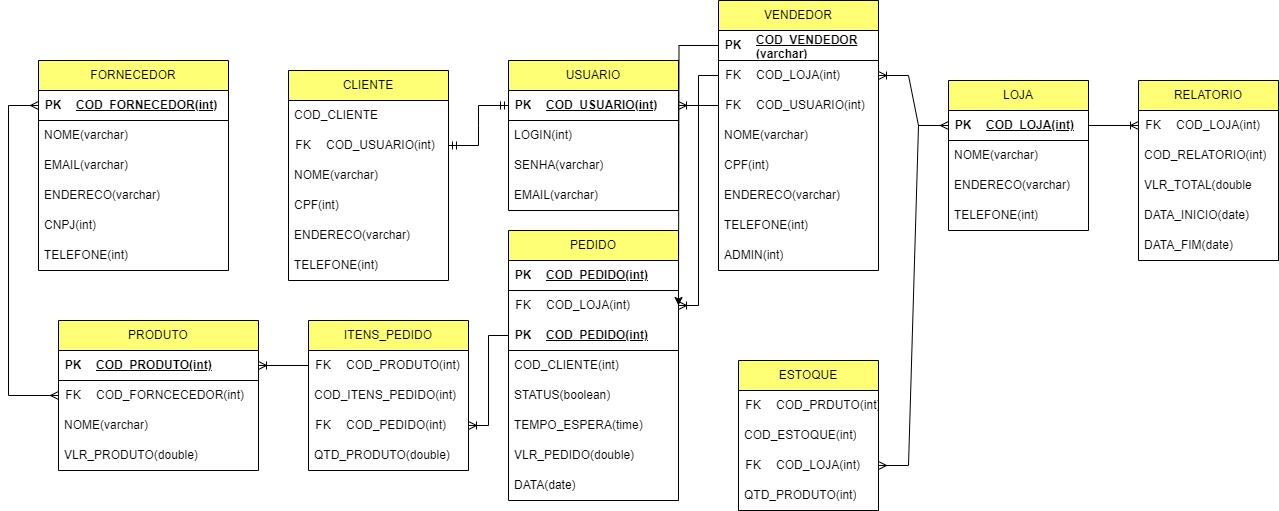
Before: ProjetoLógicoZéDelivery/zedelivery.drawio.png, a diagram exported from draw.io (NicolasKevin2/BD). Source tidied: cells renumbered, new cells last; positions are measured from the earlier drawing's top-left corner, leaving out a move shared by most shapes.
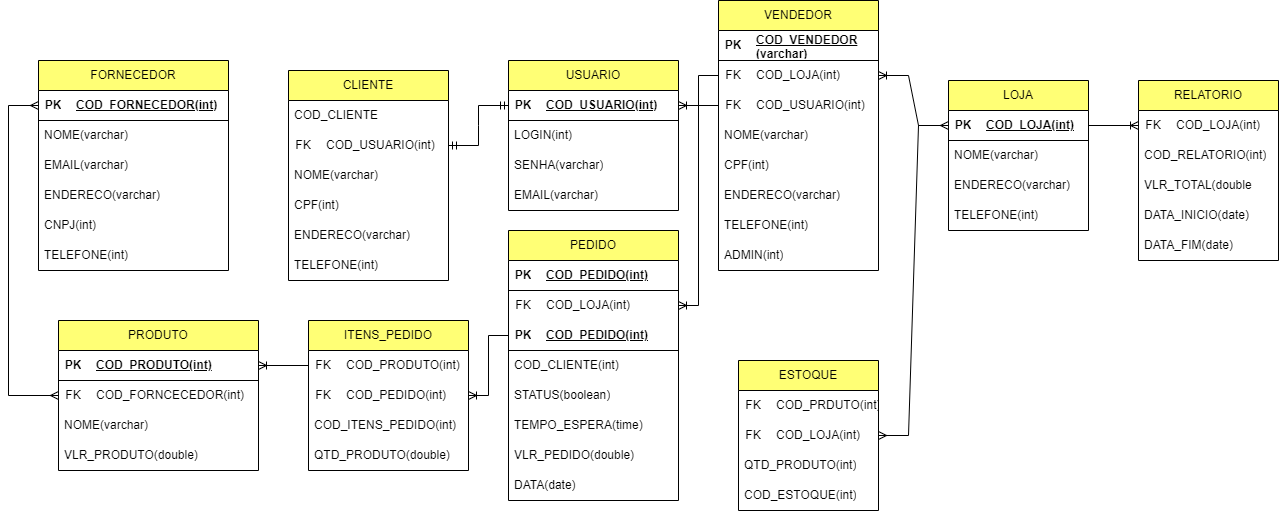
After the commit.

What changed in the source:
```diff
@@ -147,7 +147,7 @@
       <mxGeometry x="30" width="140" height="30" as="geometry" />
     </mxCell>
     <mxCell id="50" style="shape=table;startSize=0;rowLines=0;fontStyle=0;align=center;strokeColor=none;fillColor=none;" parent="45" vertex="1">
-      <mxGeometry y="60" width="170" height="30" as="geometry" />
+      <mxGeometry y="60" width="170" height="60" as="geometry" />
     </mxCell>
     <mxCell id="51" style="shape=tableRow;horizontal=0;startSize=0;swimlaneHead=0;swimlaneBody=0;fillColor=none;points=[[0,0.5],[1,0.5]];portConstraint=eastwest;top=0;left=0;right=0;bottom=0;" parent="50" vertex="1">
       <mxGeometry width="170" height="30" as="geometry" />
@@ -158,11 +158,8 @@
     <mxCell id="53" value="COD_LOJA(int)" style="shape=partialRectangle;fillColor=none;top=0;left=0;bottom=0;right=0;align=left;spacingLeft=6;fontStyle=0;overflow=hidden;whiteSpace=wrap;html=1;" parent="51" vertex="1">
       <mxGeometry x="30" width="140" height="30" as="geometry" />
     </mxCell>
-    <mxCell id="54" style="shape=table;startSize=0;rowLines=0;fontStyle=0;align=center;strokeColor=none;fillColor=none;" parent="45" vertex="1">
-      <mxGeometry y="90" width="170" height="30" as="geometry" />
-    </mxCell>
-    <mxCell id="55" style="shape=tableRow;horizontal=0;startSize=0;swimlaneHead=0;swimlaneBody=0;fillColor=none;points=[[0,0.5],[1,0.5]];portConstraint=eastwest;top=0;left=0;right=0;bottom=1;" parent="54" vertex="1">
-      <mxGeometry width="170" height="30" as="geometry" />
+    <mxCell id="55" style="shape=tableRow;horizontal=0;startSize=0;swimlaneHead=0;swimlaneBody=0;fillColor=none;points=[[0,0.5],[1,0.5]];portConstraint=eastwest;top=0;left=0;right=0;bottom=1;" parent="50" vertex="1">
+      <mxGeometry y="30" width="170" height="30" as="geometry" />
     </mxCell>
     <mxCell id="56" value="PK" style="shape=partialRectangle;fillColor=none;top=0;left=0;bottom=0;right=0;fontStyle=1;overflow=hidden;whiteSpace=wrap;html=1;" parent="55" vertex="1">
       <mxGeometry width="30" height="30" as="geometry" />
@@ -200,11 +197,8 @@
     <mxCell id="67" value="COD_PRODUTO(int)" style="shape=partialRectangle;fillColor=none;top=0;left=0;bottom=0;right=0;align=left;spacingLeft=6;fontStyle=0;overflow=hidden;whiteSpace=wrap;html=1;" parent="65" vertex="1">
       <mxGeometry x="30" width="130" height="30" as="geometry" />
     </mxCell>
-    <mxCell id="68" value="COD_ITENS_PEDIDO(int)" style="text;strokeColor=none;fillColor=none;align=left;verticalAlign=middle;spacingLeft=4;spacingRight=4;overflow=hidden;whiteSpace=wrap;html=1;" parent="63" vertex="1">
-      <mxGeometry y="60" width="160" height="30" as="geometry" />
-    </mxCell>
     <mxCell id="69" style="shape=table;startSize=0;rowLines=0;fontStyle=0;align=center;strokeColor=none;fillColor=none;" parent="63" vertex="1">
-      <mxGeometry y="90" width="160" height="30" as="geometry" />
+      <mxGeometry y="60" width="160" height="30" as="geometry" />
     </mxCell>
     <mxCell id="70" style="shape=tableRow;horizontal=0;startSize=0;swimlaneHead=0;swimlaneBody=0;fillColor=none;points=[[0,0.5],[1,0.5]];portConstraint=eastwest;top=0;left=0;right=0;bottom=0;" parent="69" vertex="1">
       <mxGeometry width="160" height="30" as="geometry" />
@@ -215,6 +209,9 @@
     <mxCell id="72" value="COD_PEDIDO(int)" style="shape=partialRectangle;fillColor=none;top=0;left=0;bottom=0;right=0;align=left;spacingLeft=6;fontStyle=0;overflow=hidden;whiteSpace=wrap;html=1;" parent="70" vertex="1">
       <mxGeometry x="30" width="130" height="30" as="geometry" />
     </mxCell>
+    <mxCell id="68" value="COD_ITENS_PEDIDO(int)" style="text;strokeColor=none;fillColor=none;align=left;verticalAlign=middle;spacingLeft=4;spacingRight=4;overflow=hidden;whiteSpace=wrap;html=1;" parent="63" vertex="1">
+      <mxGeometry y="90" width="160" height="30" as="geometry" />
+    </mxCell>
     <mxCell id="73" value="QTD_PRODUTO(double)" style="text;strokeColor=none;fillColor=none;align=left;verticalAlign=middle;spacingLeft=4;spacingRight=4;overflow=hidden;whiteSpace=wrap;html=1;" parent="63" vertex="1">
       <mxGeometry y="120" width="160" height="30" as="geometry" />
     </mxCell>
@@ -296,11 +293,8 @@
     <mxCell id="99" value="COD_PRDUTO(int)" style="shape=partialRectangle;fillColor=none;top=0;left=0;bottom=0;right=0;align=left;spacingLeft=6;fontStyle=0;overflow=hidden;whiteSpace=wrap;html=1;" parent="97" vertex="1">
       <mxGeometry x="30" width="110" height="30" as="geometry" />
     </mxCell>
-    <mxCell id="100" value="COD_ESTOQUE(int)" style="text;strokeColor=none;fillColor=none;align=left;verticalAlign=middle;spacingLeft=4;spacingRight=4;overflow=hidden;whiteSpace=wrap;html=1;" parent="95" vertex="1">
-      <mxGeometry y="60" width="140" height="30" as="geometry" />
-    </mxCell>
     <mxCell id="101" style="shape=table;startSize=0;rowLines=0;fontStyle=0;align=center;strokeColor=none;fillColor=none;" parent="95" vertex="1">
-      <mxGeometry y="90" width="140" height="30" as="geometry" />
+      <mxGeometry y="60" width="140" height="30" as="geometry" />
     </mxCell>
     <mxCell id="102" style="shape=tableRow;horizontal=0;startSize=0;swimlaneHead=0;swimlaneBody=0;fillColor=none;points=[[0,0.5],[1,0.5]];portConstraint=eastwest;top=0;left=0;right=0;bottom=0;" parent="101" vertex="1">
       <mxGeometry width="140" height="30" as="geometry" />
@@ -312,8 +306,11 @@
       <mxGeometry x="30" width="110" height="30" as="geometry" />
     </mxCell>
     <mxCell id="105" value="QTD_PRODUTO(int)" style="text;strokeColor=none;fillColor=none;align=left;verticalAlign=middle;spacingLeft=4;spacingRight=4;overflow=hidden;whiteSpace=wrap;html=1;" parent="95" vertex="1">
-      <mxGeometry y="120" width="140" height="30" as="geometry" />
+      <mxGeometry y="90" width="140" height="30" as="geometry" />
     </mxCell>
+    <mxCell id="100" value="COD_ESTOQUE(int)" style="text;strokeColor=none;fillColor=none;align=left;verticalAlign=middle;spacingLeft=4;spacingRight=4;overflow=hidden;whiteSpace=wrap;html=1;" parent="95" vertex="1">
+      <mxGeometry y="120" width="140" height="30" as="geometry" />
+    </mxCell>
     <mxCell id="106" value="RELATORIO" style="swimlane;fontStyle=0;horizontal=1;startSize=30;whiteSpace=wrap;html=1;fillColor=#FFFF75;" parent="1" vertex="1">
       <mxGeometry x="1130" y="80" width="140" height="180" as="geometry" />
     </mxCell>
@@ -341,11 +338,6 @@
     <mxCell id="114" value="DATA_FIM(date)" style="text;strokeColor=none;fillColor=none;align=left;verticalAlign=middle;spacingLeft=4;spacingRight=4;overflow=hidden;whiteSpace=wrap;html=1;" parent="106" vertex="1">
       <mxGeometry y="150" width="140" height="30" as="geometry" />
     </mxCell>
-    <mxCell id="115" style="edgeStyle=orthogonalEdgeStyle;rounded=0;jettySize=auto;html=1;" parent="1" edge="1" source="21">
-      <mxGeometry relative="1" as="geometry">
-        <mxPoint x="670" y="305" as="targetPoint" />
-      </mxGeometry>
-    </mxCell>
     <mxCell id="116" style="edgeStyle=entityRelationEdgeStyle;fontSize=12;html=1;endArrow=ERoneToMany;rounded=0;" parent="1" edge="1" source="39" target="25">
       <mxGeometry relative="1" as="geometry" />
     </mxCell>
```
